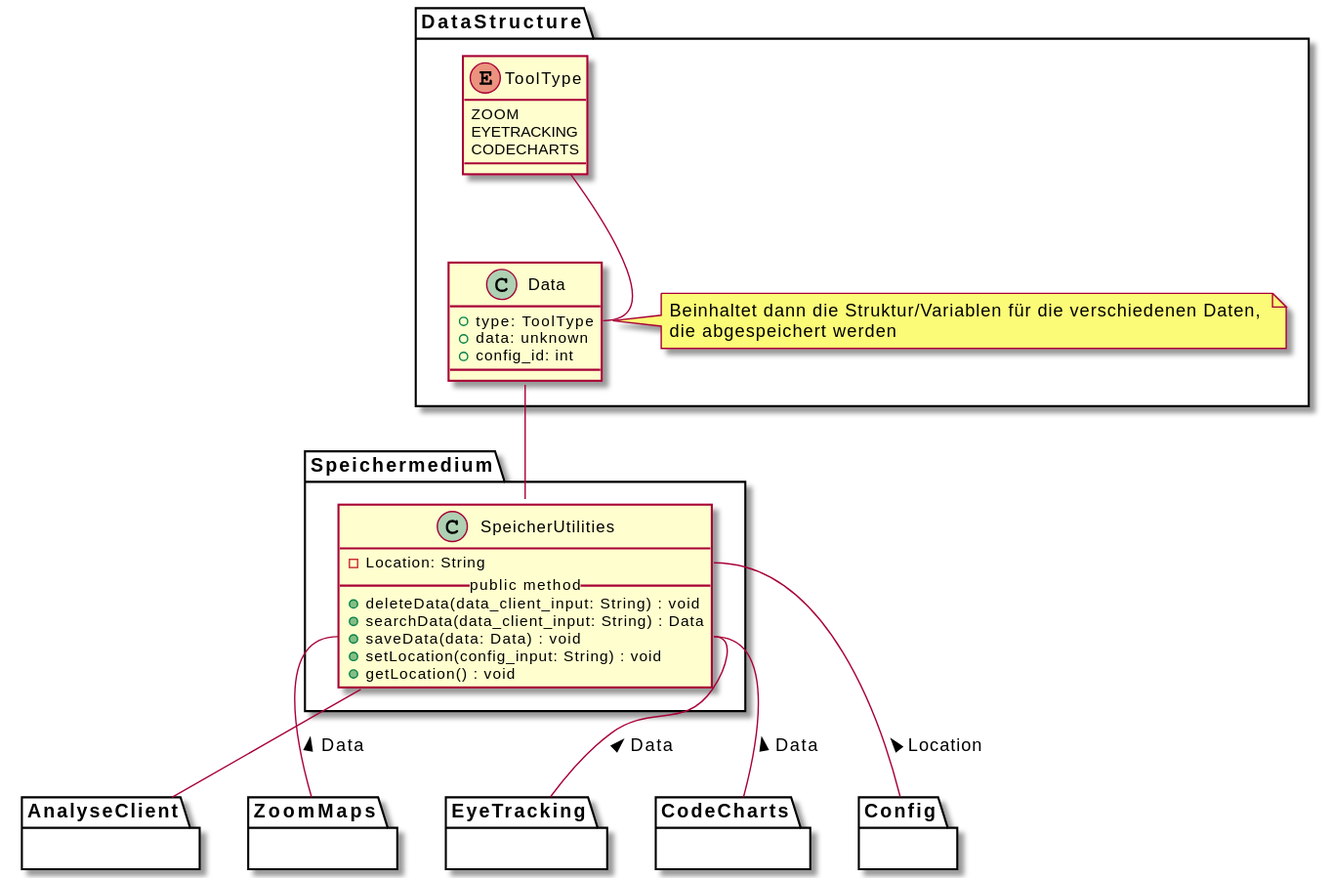
This is meilenstein_03/uml-speichermedium/speichermedium.svg from weichware10/meilensteine, a PlantUML export, as it was before one commit.
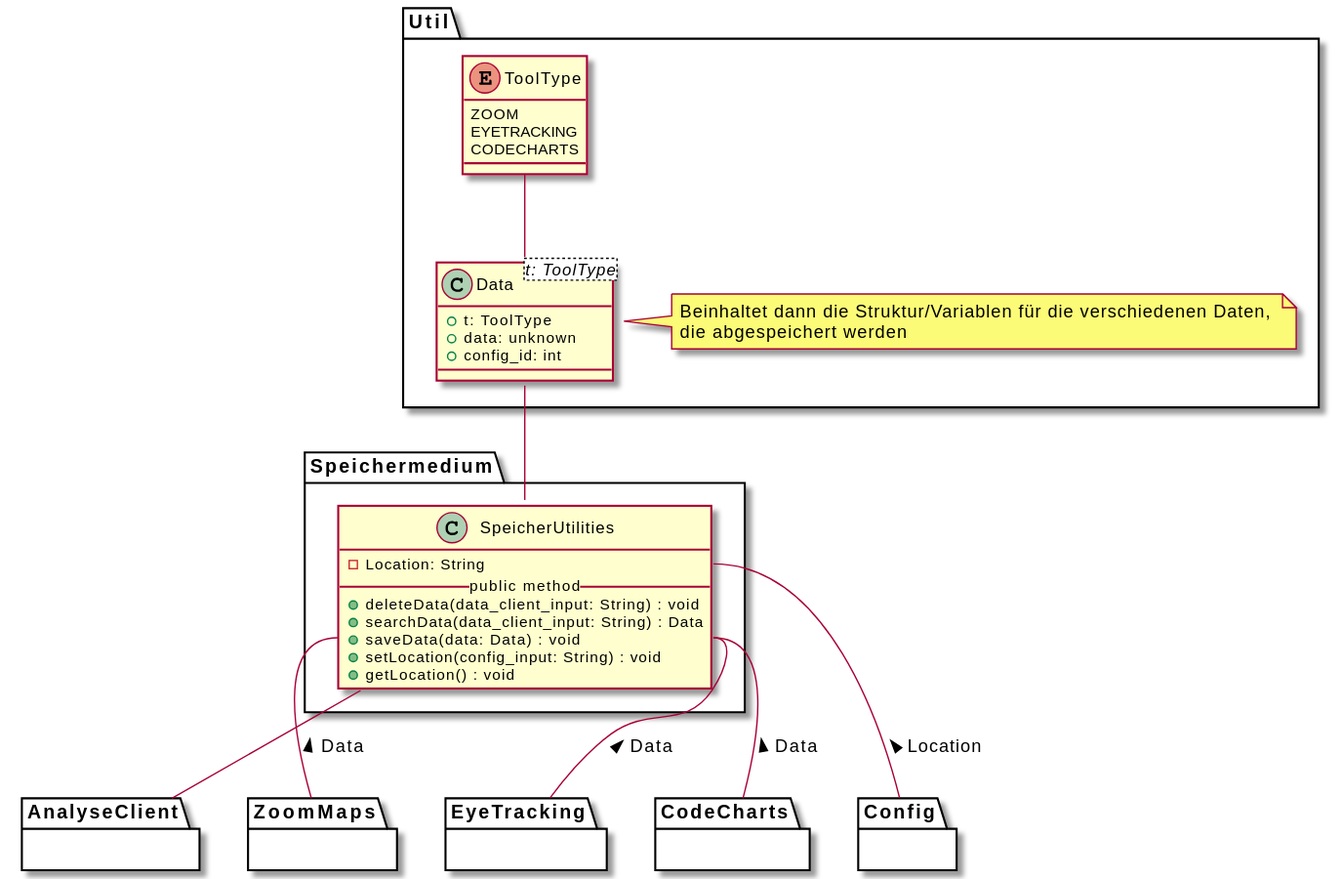
Above is the later version.

Commit message:
Render PlantUML SVGs

Diff of the diagram source:
```diff
@@ -19,13 +19,13 @@
      SpeicherUtilities -- AnalyseClient
 }
 
-package DataStructure {
+package Util {
 
-class Data {
-   + type: ToolType
-   + data: unknown
-   + config_id: int
-}
+class Data<t: ToolType> {
+         + t: ToolType
+         + data: unknown
+         + config_id: int
+     }
 
 note right of Data
    Beinhaltet dann die Struktur/Variablen für die verschiedenen Daten,
@@ -36,14 +36,13 @@
 
 
 Data -- SpeicherUtilities
-
 ToolType -- Data::type
 
       enum ToolType {
-         ZOOM
-         EYETRACKING
-         CODECHARTS
-      }
+       ZOOM
+       EYETRACKING
+       CODECHARTS
+     }
 
 }
  package Config {}
```
